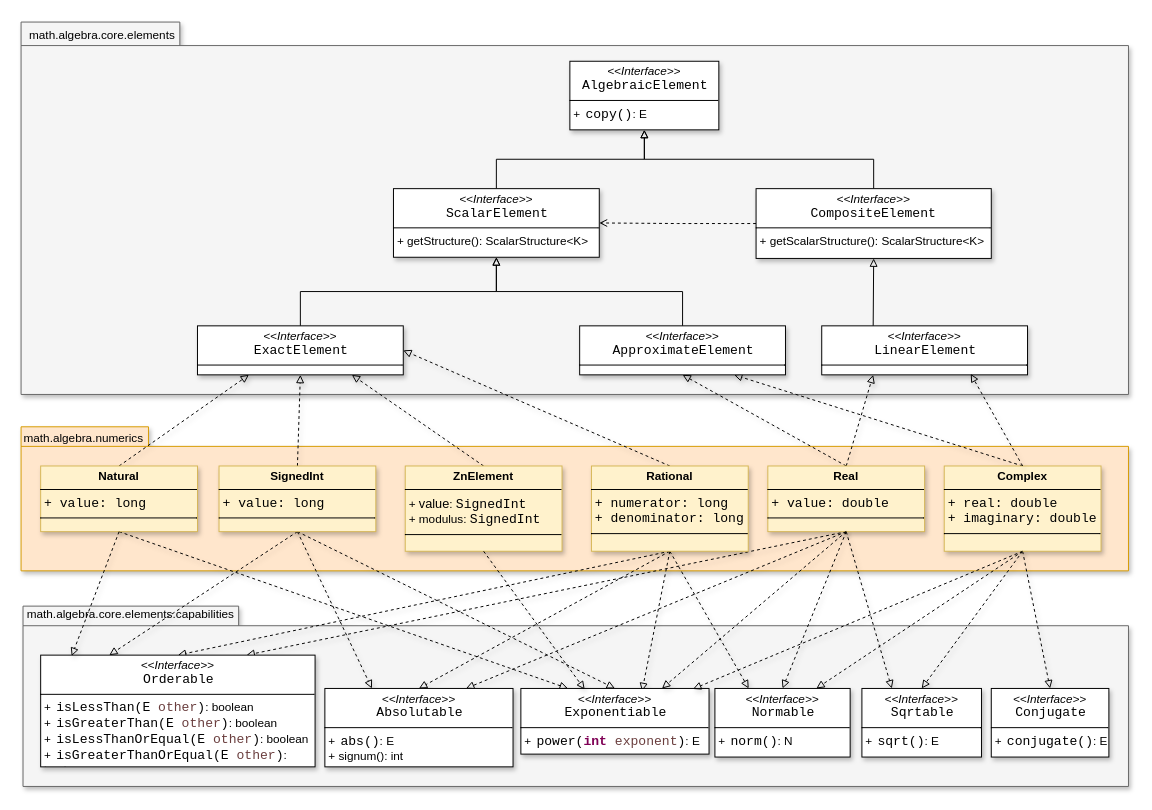
gom9000/SMFN keeps this draw.io diagram as page "algebra-elements" (1 of 6) of resources/SMFN.drawio. Above is the earlier version. Source tidied: cells renumbered, new cells numbered last; positions are measured from the earlier drawing's top-left corner, leaving out a move shared by most shapes. Both pictures are drawn from the tidied source at 98%, with x=0, y=0 at pixel (21, 21).
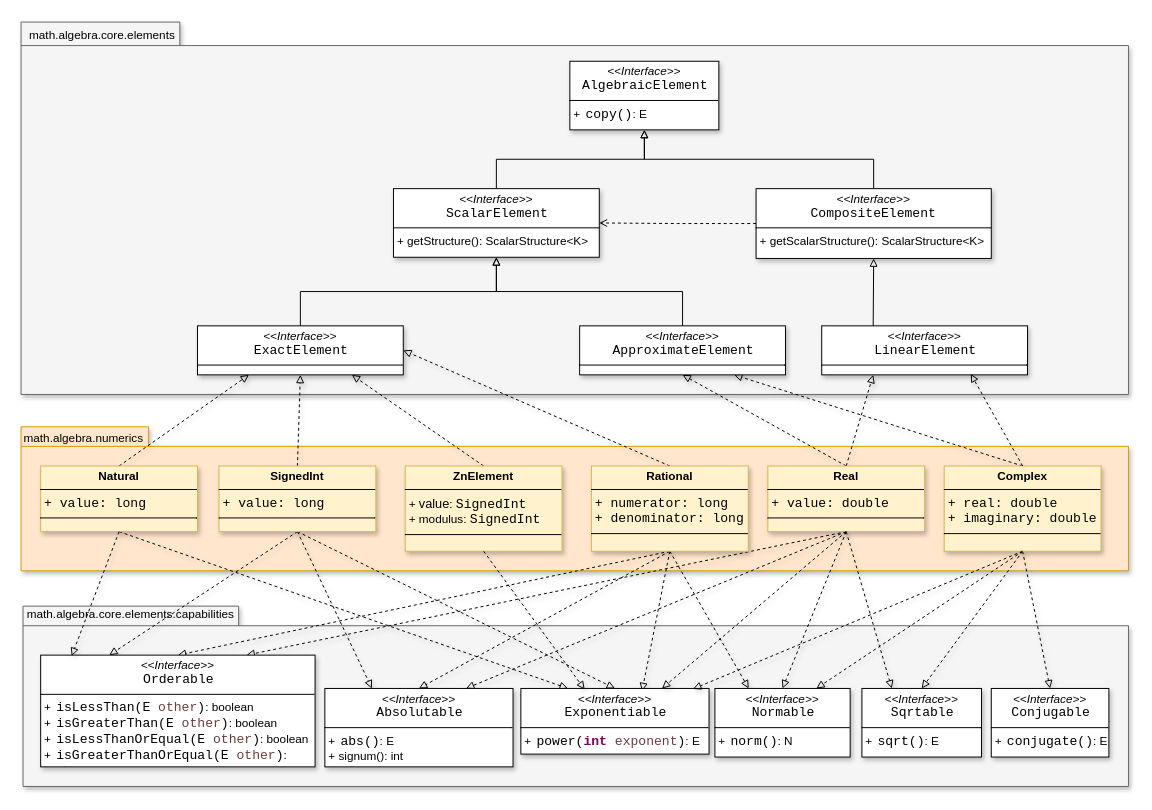
Above is the later version.

The edit, as a diff of the source:
```diff
@@
-    <mxCell id="55" value="&lt;p style=&quot;margin:0px;margin-top:4px;text-align:center;&quot;&gt;&lt;i&gt;&amp;lt;&amp;lt;Interface&amp;gt;&amp;gt;&lt;/i&gt;&lt;br&gt;&lt;span style=&quot;padding: 0px 0px 0px 2px;&quot;&gt;&lt;span style=&quot;font-family: Consolas; font-size: 10pt; white-space: pre;&quot;&gt;&lt;span style=&quot;&quot;&gt;Conjugate&lt;/span&gt;&lt;/span&gt;&lt;/span&gt;&lt;/p&gt;&lt;hr size=&quot;1&quot; style=&quot;border-style:solid;&quot;&gt;&lt;p style=&quot;margin:0px;margin-left:4px;&quot;&gt;&lt;/p&gt;&lt;p style=&quot;margin:0px;margin-left:4px;&quot;&gt;+&amp;nbsp;&lt;span style=&quot;padding: 0px 0px 0px 2px;&quot;&gt;&lt;span style=&quot;font-family: Consolas; font-size: 10pt; white-space: pre;&quot;&gt;&lt;span style=&quot;&quot;&gt;conjugate&lt;/span&gt;()&lt;/span&gt;&lt;/span&gt;: E&lt;/p&gt;" style="verticalAlign=top;align=left;overflow=fill;html=1;whiteSpace=wrap;labelBackgroundColor=none;shadow=1;" parent="1" vertex="1">
+    <mxCell id="55" value="&lt;p style=&quot;margin:0px;margin-top:4px;text-align:center;&quot;&gt;&lt;i&gt;&amp;lt;&amp;lt;Interface&amp;gt;&amp;gt;&lt;/i&gt;&lt;br&gt;&lt;span style=&quot;padding: 0px 0px 0px 2px;&quot;&gt;&lt;span style=&quot;font-family: Consolas; font-size: 10pt; white-space: pre;&quot;&gt;&lt;span style=&quot;&quot;&gt;Conjugable&lt;/span&gt;&lt;/span&gt;&lt;/span&gt;&lt;/p&gt;&lt;hr size=&quot;1&quot; style=&quot;border-style:solid;&quot;&gt;&lt;p style=&quot;margin:0px;margin-left:4px;&quot;&gt;&lt;/p&gt;&lt;p style=&quot;margin:0px;margin-left:4px;&quot;&gt;+&amp;nbsp;&lt;span style=&quot;padding: 0px 0px 0px 2px;&quot;&gt;&lt;span style=&quot;font-family: Consolas; font-size: 10pt; white-space: pre;&quot;&gt;&lt;span style=&quot;&quot;&gt;conjugate&lt;/span&gt;()&lt;/span&gt;&lt;/span&gt;: E&lt;/p&gt;" style="verticalAlign=top;align=left;overflow=fill;html=1;whiteSpace=wrap;labelBackgroundColor=none;shadow=1;" parent="1" vertex="1">
       <mxGeometry x="990" y="681" width="120" height="70" as="geometry" />
     </mxCell>
```
